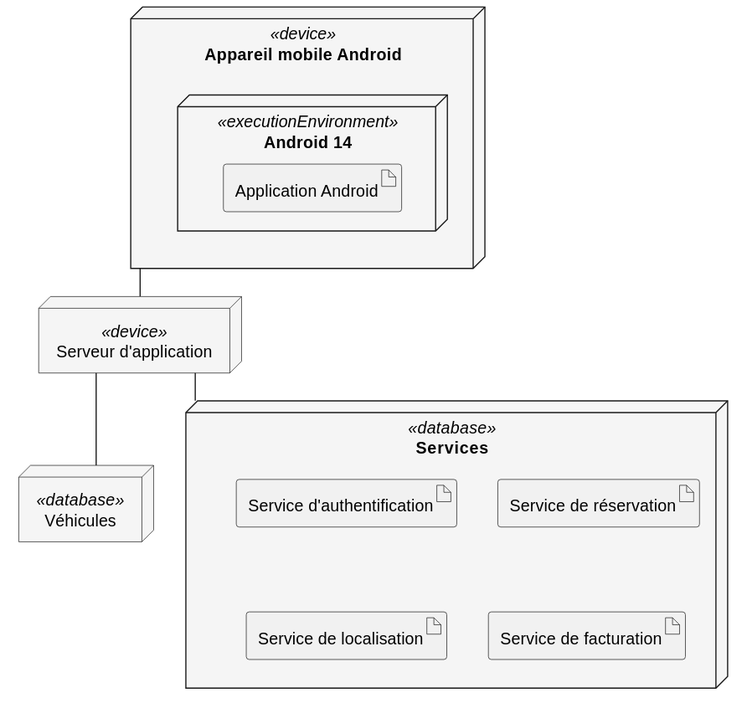
Earlier version of the PlantUML export out/plant_uml/exempleDiagDeployment/exempleDiagDeployment.svg (gigl-uml/Guide_uml_polymtl). Its diagram source:
```plantuml
@startuml
skinparam backgroundcolor transparent
skinparam NodeBackgroundColor whitesmoke
skinparam linetype ortho

node "Appareil mobile Android" as androidDevice <<device>>{
  node "Android 14" <<executionEnvironment>> {
      artifact "Application Android"
  }
}
node "Serveur d'application" as backend <<device>>
node Véhicules <<database>>
node Services <<database>> {
    artifact "Service d'authentification" as authservice
    artifact "Service de réservation" as bookingservice
    artifact "Service de localisation" as locationservice
    artifact "Service de facturation" as billingservice
}


androidDevice -- backend
backend -- Véhicules
backend -- Services

@enduml
```
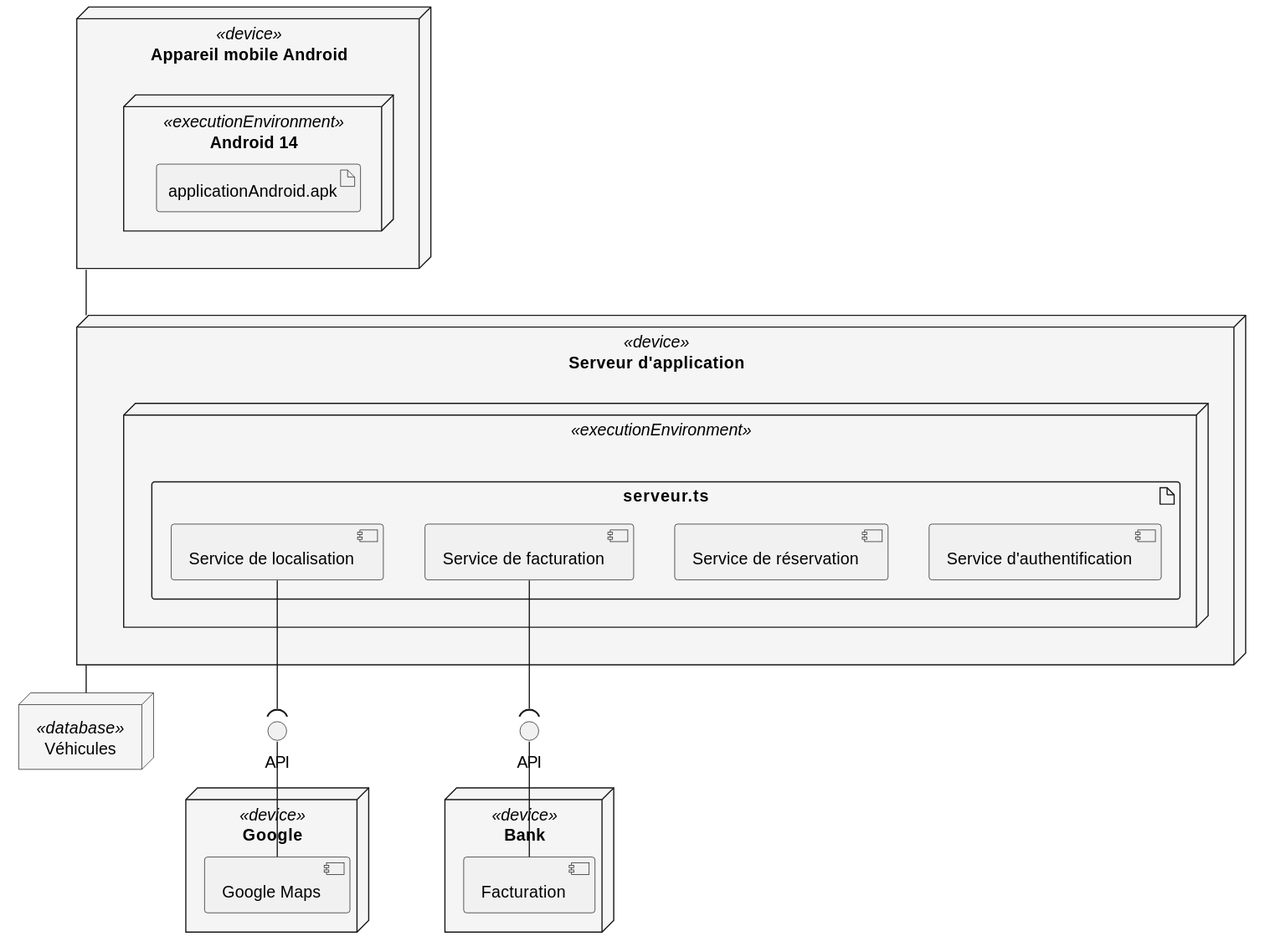
The same diagram one commit later.

Commit message:
update deployment diagram PolyAuto example

Change to the diagram source:
```diff
@@ -5,21 +5,39 @@
 
 node "Appareil mobile Android" as androidDevice <<device>>{
   node "Android 14" <<executionEnvironment>> {
-      artifact "Application Android"
+      artifact "applicationAndroid.apk"
   }
 }
-node "Serveur d'application" as backend <<device>>
-node Véhicules <<database>>
-node Services <<database>> {
-    artifact "Service d'authentification" as authservice
-    artifact "Service de réservation" as bookingservice
-    artifact "Service de localisation" as locationservice
-    artifact "Service de facturation" as billingservice
+
+node "Serveur d'application" as backend <<device>> {
+  node " " <<executionEnvironment>> {
+    artifact serveur.ts {
+      component "Service d'authentification" as authservice
+      component "Service de réservation" as bookingservice
+      component "Service de localisation" as locationservice
+      component "Service de facturation" as billingservice
+    }
+  }
 }
 
+node Google <<device>> {
+  component "Google Maps" as gmaps
+}
+
+node Bank <<device>> {
+  component "Facturation" as facturation
+}
+
+node "Véhicules" as vehic <<database>>
+
+interface "API" as api_1
+interface "API" as api_2
 
 androidDevice -- backend
-backend -- Véhicules
-backend -- Services
+locationservice --( api_1
+api_1 -- gmaps
+billingservice --( api_2
+api_2 -- facturation
+backend -- vehic
 
 @enduml
```
